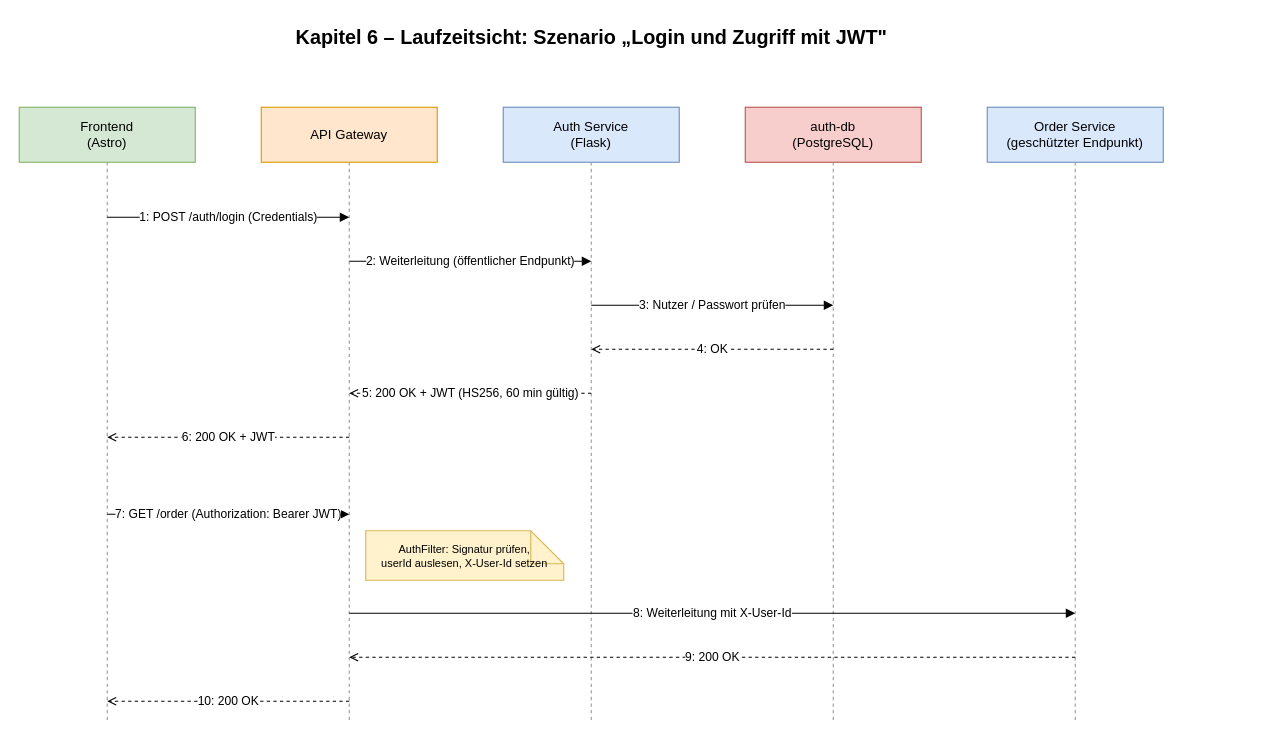
Above: arc42/diagramme/04-sequenz-login.drawio in noah-preyer/SS26_Software_Architektur_Ebay2 (draw.io), before the change. Source tidied: cells renumbered, new cells numbered last; positions are measured from the earlier drawing's top-left corner, leaving out a move shared by most shapes. Both pictures are drawn from the tidied source at 110%, with x=0, y=0 at pixel (19, 19).
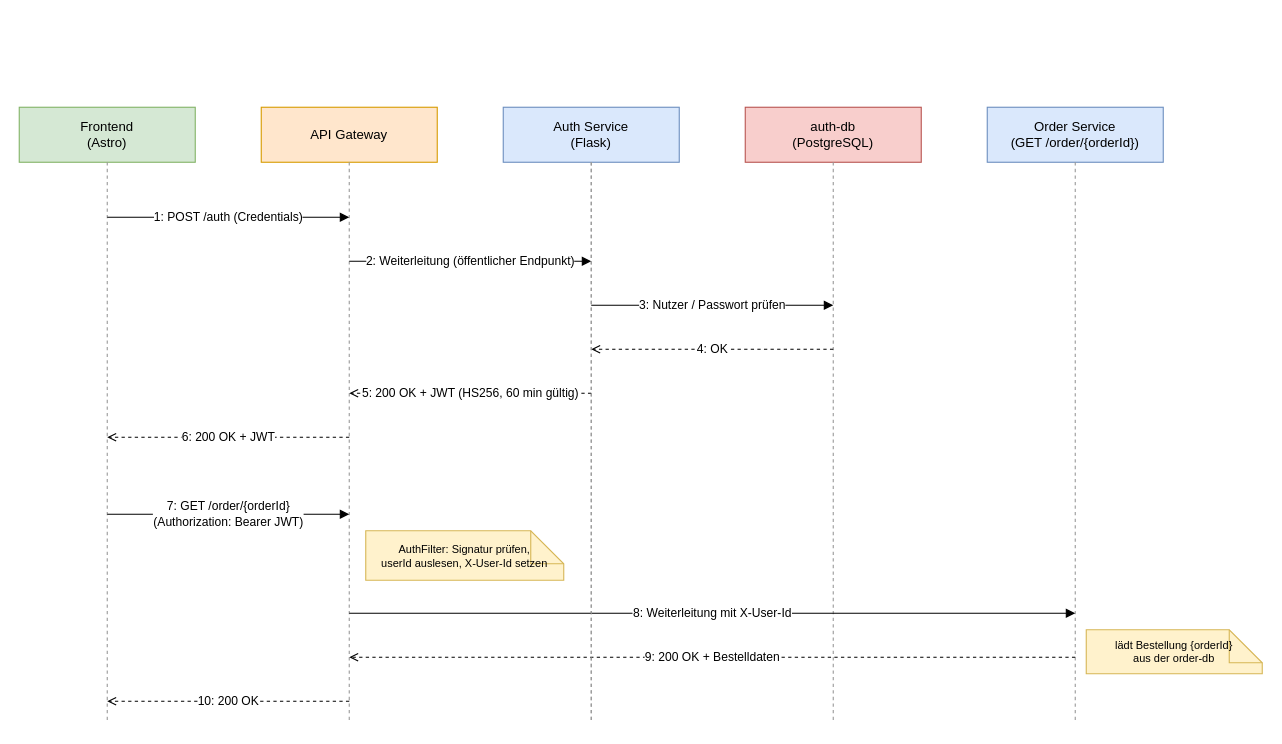
The same diagram, later.

Unchanged cells that the change refers to:
```xml
<mxCell id="5" value="Auth Service&#10;(Flask)" style="rounded=0;whiteSpace=wrap;html=1;fillColor=#dae8fc;strokeColor=#6c8ebf;" parent="1" vertex="1">
  <mxGeometry x="440" y="80" width="160" height="50" as="geometry" />
</mxCell>
```

The edit, as a diff of the source:
```diff
@@
-    <mxCell id="2" value="Kapitel 6 – Laufzeitsicht: Szenario „Login und Zugriff mit JWT&quot;" style="text;html=1;fontSize=18;fontStyle=1;align=center;" parent="1" vertex="1">
-      <mxGeometry x="220" width="600" height="30" as="geometry" />
-    </mxCell>
@@
-    <mxCell id="7" value="Order Service&#10;(geschützter Endpunkt)" style="rounded=0;whiteSpace=wrap;html=1;fillColor=#dae8fc;strokeColor=#6c8ebf;" parent="1" vertex="1">
+    <mxCell id="7" value="Order Service&#10;(GET /order/{orderId})" style="rounded=0;whiteSpace=wrap;html=1;fillColor=#dae8fc;strokeColor=#6c8ebf;" parent="1" vertex="1">
       <mxGeometry x="880" y="80" width="160" height="50" as="geometry" />
     </mxCell>
@@
-    <mxCell id="13" value="1: POST /auth/login (Credentials)" style="html=1;endArrow=block;" parent="1" edge="1">
+    <mxCell id="13" value="1: POST /auth (Credentials)" style="html=1;endArrow=block;" parent="1" edge="1">
       <mxGeometry relative="1" as="geometry">
         <mxPoint x="80" y="180" as="sourcePoint" />
         <mxPoint x="300" y="180" as="targetPoint" />
       </mxGeometry>
     </mxCell>
@@
-    <mxCell id="19" value="7: GET /order (Authorization: Bearer JWT)" style="html=1;endArrow=block;" parent="1" edge="1">
+    <mxCell id="19" value="7: GET /order/{orderId}&#10;(Authorization: Bearer JWT)" style="html=1;endArrow=block;" parent="1" edge="1">
       <mxGeometry relative="1" as="geometry">
         <mxPoint x="80" y="450" as="sourcePoint" />
         <mxPoint x="300" y="450" as="targetPoint" />
       </mxGeometry>
     </mxCell>
@@
+    <mxCell id="24" value="lädt Bestellung {orderId}&#10;aus der order-db" style="shape=note;whiteSpace=wrap;html=1;backgroundOutline=1;fillColor=#fff2cc;strokeColor=#d6b656;fontSize=10;" parent="1" vertex="1">
+      <mxGeometry x="970" y="555" width="160" height="40" as="geometry" />
+    </mxCell>
-    <mxCell id="22" value="9: 200 OK" style="html=1;endArrow=open;dashed=1;" parent="1" edge="1">
+    <mxCell id="22" value="9: 200 OK + Bestelldaten" style="html=1;endArrow=open;dashed=1;" parent="1" edge="1">
       <mxGeometry relative="1" as="geometry">
         <mxPoint x="960" y="580" as="sourcePoint" />
         <mxPoint x="300" y="580" as="targetPoint" />
       </mxGeometry>
     </mxCell>
@@
+    <mxCell id="25" style="html=1;endArrow=none;dashed=1;strokeColor=#999999;exitX=0.5;exitY=1;exitDx=0;exitDy=0;" parent="1" edge="1" source="5">
+      <mxGeometry relative="1" as="geometry">
+        <mxPoint x="520" y="640" as="targetPoint" />
+      </mxGeometry>
+    </mxCell>
```
